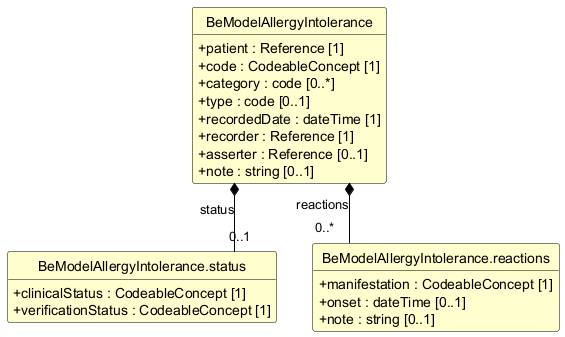
Above: exports/diagrams/BeModelAllergyIntolerance-uml.png in caresets/caresets-src (PlantUML), before the change.
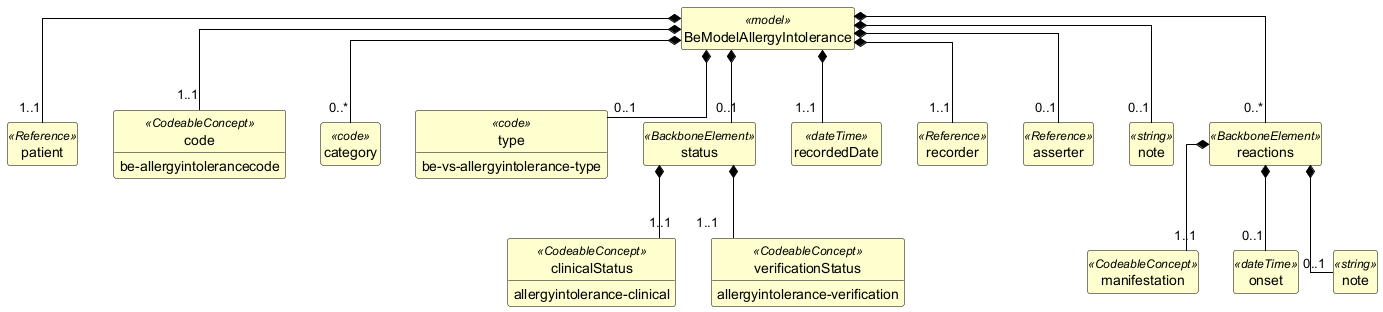
The same file after the commit.

Change to the diagram source:
```diff
@@ -12,28 +12,71 @@
 hide circle
 hide empty members
 
-class "BeModelAllergyIntolerance" as BeModelAllergyIntolerance {
-  +patient : Reference [1]
-  +code : CodeableConcept [1]
-  +category : code [0..*]
-  +type : code [0..1]
-  +recordedDate : dateTime [1]
-  +recorder : Reference [1]
-  +asserter : Reference [0..1]
-  +note : string [0..1]
+class "BeModelAllergyIntolerance" as BeModelAllergyIntolerance <<model>> {
 }
 
-class "BeModelAllergyIntolerance.status" as BeModelAllergyIntolerance_status {
-  +clinicalStatus : CodeableConcept [1]
-  +verificationStatus : CodeableConcept [1]
+class "patient" as BeModelAllergyIntolerance_patient <<Reference>> {
 }
 
-class "BeModelAllergyIntolerance.reactions" as BeModelAllergyIntolerance_reactions {
-  +manifestation : CodeableConcept [1]
-  +onset : dateTime [0..1]
-  +note : string [0..1]
+class "code" as BeModelAllergyIntolerance_code <<CodeableConcept>> {
+  be-allergyintolerancecode
 }
 
-BeModelAllergyIntolerance *-- "0..1" BeModelAllergyIntolerance_status : status
-BeModelAllergyIntolerance *-- "0..*" BeModelAllergyIntolerance_reactions : reactions
+class "category" as BeModelAllergyIntolerance_category <<code>> {
+}
+
+class "type" as BeModelAllergyIntolerance_type <<code>> {
+  be-vs-allergyintolerance-type
+}
+
+class "status" as BeModelAllergyIntolerance_status <<BackboneElement>> {
+}
+
+class "clinicalStatus" as BeModelAllergyIntolerance_status_clinicalStatus <<CodeableConcept>> {
+  allergyintolerance-clinical
+}
+
+class "verificationStatus" as BeModelAllergyIntolerance_status_verificationStatus <<CodeableConcept>> {
+  allergyintolerance-verification
+}
+
+class "recordedDate" as BeModelAllergyIntolerance_recordedDate <<dateTime>> {
+}
+
+class "recorder" as BeModelAllergyIntolerance_recorder <<Reference>> {
+}
+
+class "asserter" as BeModelAllergyIntolerance_asserter <<Reference>> {
+}
+
+class "note" as BeModelAllergyIntolerance_note <<string>> {
+}
+
+class "reactions" as BeModelAllergyIntolerance_reactions <<BackboneElement>> {
+}
+
+class "manifestation" as BeModelAllergyIntolerance_reactions_manifestation <<CodeableConcept>> {
+}
+
+class "onset" as BeModelAllergyIntolerance_reactions_onset <<dateTime>> {
+}
+
+class "note" as BeModelAllergyIntolerance_reactions_note <<string>> {
+}
+
+BeModelAllergyIntolerance *-- "1..1" BeModelAllergyIntolerance_patient
+BeModelAllergyIntolerance *-- "1..1" BeModelAllergyIntolerance_code
+BeModelAllergyIntolerance *-- "0..*" BeModelAllergyIntolerance_category
+BeModelAllergyIntolerance *-- "0..1" BeModelAllergyIntolerance_type
+BeModelAllergyIntolerance *-- "0..1" BeModelAllergyIntolerance_status
+BeModelAllergyIntolerance_status *-- "1..1" BeModelAllergyIntolerance_status_clinicalStatus
+BeModelAllergyIntolerance_status *-- "1..1" BeModelAllergyIntolerance_status_verificationStatus
+BeModelAllergyIntolerance *-- "1..1" BeModelAllergyIntolerance_recordedDate
+BeModelAllergyIntolerance *-- "1..1" BeModelAllergyIntolerance_recorder
+BeModelAllergyIntolerance *-- "0..1" BeModelAllergyIntolerance_asserter
+BeModelAllergyIntolerance *-- "0..1" BeModelAllergyIntolerance_note
+BeModelAllergyIntolerance *-- "0..*" BeModelAllergyIntolerance_reactions
+BeModelAllergyIntolerance_reactions *-- "1..1" BeModelAllergyIntolerance_reactions_manifestation
+BeModelAllergyIntolerance_reactions *-- "0..1" BeModelAllergyIntolerance_reactions_onset
+BeModelAllergyIntolerance_reactions *-- "0..1" BeModelAllergyIntolerance_reactions_note
 @enduml
```
